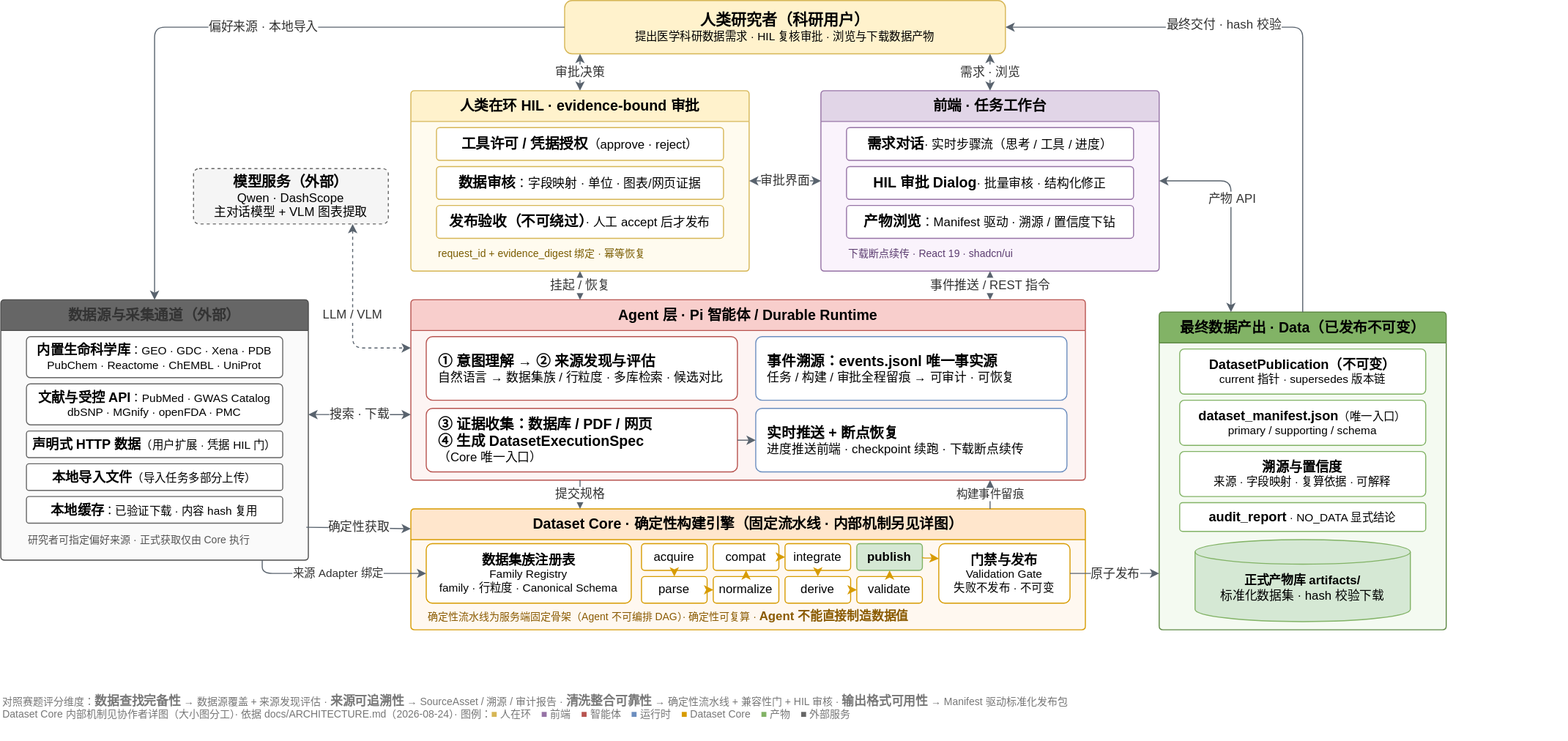
This is docs/architecture/biomed-qagent-main.svg from Lidozs55/BioMed-QAgent, a draw.io export, as it was before one commit. Source tidied: cells renumbered, new cells last; positions are measured from the earlier drawing's top-left corner, leaving out a move shared by most shapes.
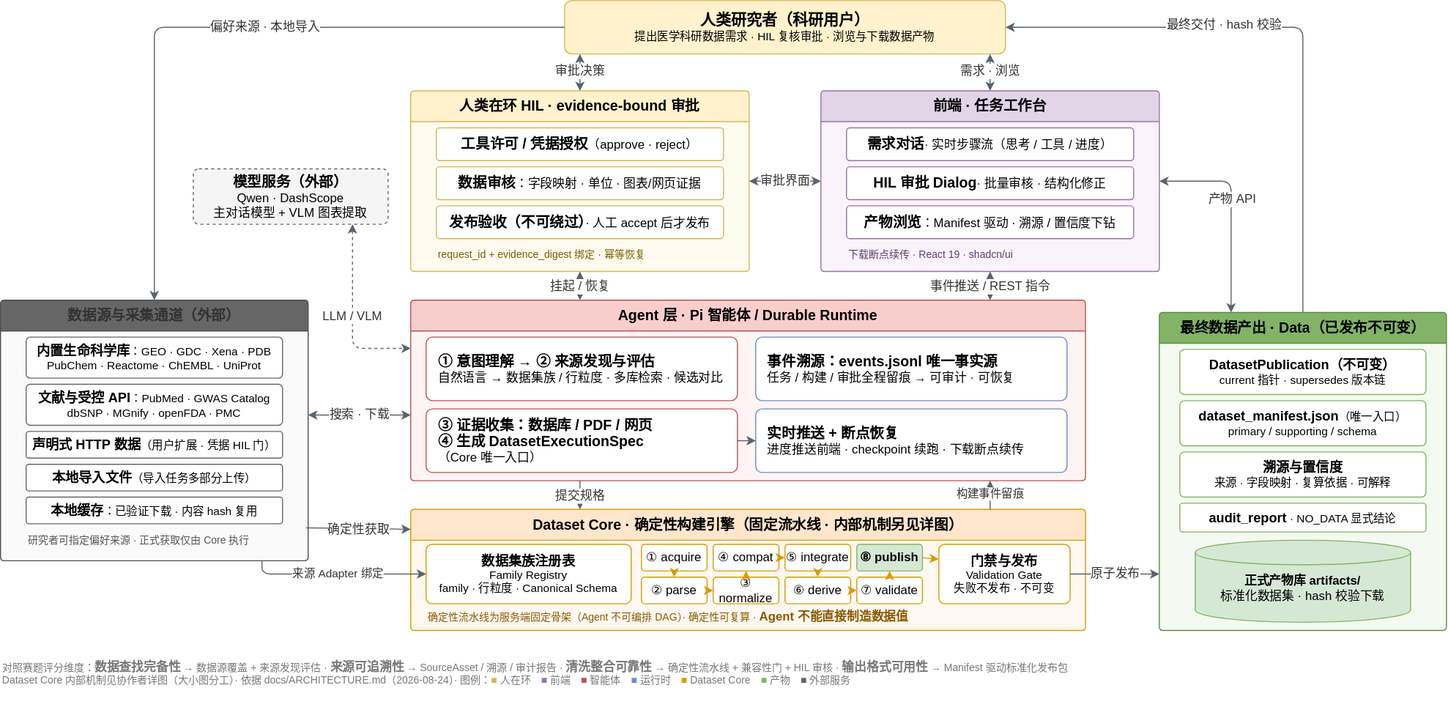
The same file after the commit.

The edit, as a diff of the source:
```diff
@@ -89,28 +89,28 @@
     <mxCell id="30" value="&lt;b&gt;&lt;font style=&quot;font-size:13px;&quot;&gt;门禁与发布&lt;/font&gt;&lt;/b&gt;&lt;br&gt;Validation Gate&lt;br&gt;失败不发布 · 不可变" style="rounded=1;arcSize=10;whiteSpace=wrap;html=1;fillColor=#ffffff;strokeColor=#d79b00;fontSize=11;spacing=2;" parent="28" vertex="1">
       <mxGeometry x="515" y="34" width="128" height="58" as="geometry" />
     </mxCell>
-    <mxCell id="31" value="&lt;font style=&quot;font-size: 12px;&quot;&gt;acquire&lt;/font&gt;" style="rounded=1;arcSize=12;whiteSpace=wrap;html=1;fillColor=#ffffff;strokeColor=#d79b00;fontSize=9.5;" parent="28" vertex="1">
+    <mxCell id="31" value="&lt;font style=&quot;font-size: 12px;&quot;&gt;① acquire&lt;/font&gt;" style="rounded=1;arcSize=12;whiteSpace=wrap;html=1;fillColor=#ffffff;strokeColor=#d79b00;fontSize=9.5;" parent="28" vertex="1">
       <mxGeometry x="225" y="34" width="64" height="26" as="geometry" />
     </mxCell>
-    <mxCell id="32" value="&lt;font style=&quot;font-size: 12px;&quot;&gt;parse&lt;/font&gt;" style="rounded=1;arcSize=12;whiteSpace=wrap;html=1;fillColor=#ffffff;strokeColor=#d79b00;fontSize=9.5;" parent="28" vertex="1">
+    <mxCell id="32" value="&lt;font style=&quot;font-size: 12px;&quot;&gt;② parse&lt;/font&gt;" style="rounded=1;arcSize=12;whiteSpace=wrap;html=1;fillColor=#ffffff;strokeColor=#d79b00;fontSize=9.5;" parent="28" vertex="1">
       <mxGeometry x="225" y="66" width="64" height="26" as="geometry" />
     </mxCell>
-    <mxCell id="33" value="&lt;font style=&quot;font-size: 12px;&quot;&gt;normalize&lt;/font&gt;" style="rounded=1;arcSize=12;whiteSpace=wrap;html=1;fillColor=#ffffff;strokeColor=#d79b00;fontSize=9.5;" parent="28" vertex="1">
+    <mxCell id="33" value="&lt;font style=&quot;font-size: 12px;&quot;&gt;③ normalize&lt;/font&gt;" style="rounded=1;arcSize=12;whiteSpace=wrap;html=1;fillColor=#ffffff;strokeColor=#d79b00;fontSize=9.5;" parent="28" vertex="1">
       <mxGeometry x="295" y="66" width="64" height="26" as="geometry" />
     </mxCell>
-    <mxCell id="34" value="&lt;font style=&quot;font-size: 12px;&quot;&gt;compat&lt;/font&gt;" style="rounded=1;arcSize=12;whiteSpace=wrap;html=1;fillColor=#ffffff;strokeColor=#d79b00;fontSize=9.5;" parent="28" vertex="1">
+    <mxCell id="34" value="&lt;font style=&quot;font-size: 12px;&quot;&gt;④ compat&lt;/font&gt;" style="rounded=1;arcSize=12;whiteSpace=wrap;html=1;fillColor=#ffffff;strokeColor=#d79b00;fontSize=9.5;" parent="28" vertex="1">
       <mxGeometry x="295" y="34" width="64" height="26" as="geometry" />
     </mxCell>
-    <mxCell id="35" value="&lt;font style=&quot;font-size: 12px;&quot;&gt;integrate&lt;/font&gt;" style="rounded=1;arcSize=12;whiteSpace=wrap;html=1;fillColor=#ffffff;strokeColor=#d79b00;fontSize=9.5;" parent="28" vertex="1">
+    <mxCell id="35" value="&lt;font style=&quot;font-size: 12px;&quot;&gt;⑤ integrate&lt;/font&gt;" style="rounded=1;arcSize=12;whiteSpace=wrap;html=1;fillColor=#ffffff;strokeColor=#d79b00;fontSize=9.5;" parent="28" vertex="1">
       <mxGeometry x="365" y="34" width="64" height="26" as="geometry" />
     </mxCell>
-    <mxCell id="36" value="&lt;font style=&quot;font-size: 12px;&quot;&gt;derive&lt;/font&gt;" style="rounded=1;arcSize=12;whiteSpace=wrap;html=1;fillColor=#ffffff;strokeColor=#d79b00;fontSize=9.5;" parent="28" vertex="1">
+    <mxCell id="36" value="&lt;font style=&quot;font-size: 12px;&quot;&gt;⑥ derive&lt;/font&gt;" style="rounded=1;arcSize=12;whiteSpace=wrap;html=1;fillColor=#ffffff;strokeColor=#d79b00;fontSize=9.5;" parent="28" vertex="1">
       <mxGeometry x="365" y="66" width="64" height="26" as="geometry" />
     </mxCell>
-    <mxCell id="37" value="&lt;font style=&quot;font-size: 12px;&quot;&gt;validate&lt;/font&gt;" style="rounded=1;arcSize=12;whiteSpace=wrap;html=1;fillColor=#ffffff;strokeColor=#d79b00;fontSize=9.5;" parent="28" vertex="1">
+    <mxCell id="37" value="&lt;font style=&quot;font-size: 12px;&quot;&gt;⑦ validate&lt;/font&gt;" style="rounded=1;arcSize=12;whiteSpace=wrap;html=1;fillColor=#ffffff;strokeColor=#d79b00;fontSize=9.5;" parent="28" vertex="1">
       <mxGeometry x="435" y="66" width="64" height="26" as="geometry" />
     </mxCell>
-    <mxCell id="38" value="&lt;font style=&quot;font-size: 12px;&quot;&gt;publish&lt;/font&gt;" style="rounded=1;arcSize=12;whiteSpace=wrap;html=1;fillColor=#d5e8d4;strokeColor=#82b366;fontSize=9.5;fontStyle=1;" parent="28" vertex="1">
+    <mxCell id="38" value="&lt;font style=&quot;font-size: 12px;&quot;&gt;⑧ publish&lt;/font&gt;" style="rounded=1;arcSize=12;whiteSpace=wrap;html=1;fillColor=#d5e8d4;strokeColor=#82b366;fontSize=9.5;fontStyle=1;" parent="28" vertex="1">
       <mxGeometry x="435" y="34" width="64" height="26" as="geometry" />
     </mxCell>
     <mxCell id="39" value="确定性流水线为服务端固定骨架（Agent 不可编排 DAG）· 确定性可复算 · &lt;b&gt;&lt;font style=&quot;font-size:12px;&quot;&gt;Agent 不能直接制造数据值&lt;/font&gt;&lt;/b&gt;" style="text;html=1;align=left;verticalAlign=middle;fontSize=10;fontColor=#8a5a00;" parent="28" vertex="1">
@@ -234,7 +234,7 @@
       </mxGeometry>
     </mxCell>
     <mxCell id="69" value="对照赛题评分维度：&lt;b&gt;&lt;font style=&quot;font-size:12px;&quot;&gt;数据查找完备性&lt;/font&gt;&lt;/b&gt; → 数据源覆盖 + 来源发现评估 · &lt;b&gt;&lt;font style=&quot;font-size:12px;&quot;&gt;来源可追溯性&lt;/font&gt;&lt;/b&gt; → SourceAsset / 溯源 / 审计报告 · &lt;b&gt;&lt;font style=&quot;font-size:12px;&quot;&gt;清洗整合可靠性&lt;/font&gt;&lt;/b&gt; → 确定性流水线 + 兼容性门 + HIL 审核 · &lt;b&gt;&lt;font style=&quot;font-size:12px;&quot;&gt;输出格式可用性&lt;/font&gt;&lt;/b&gt; → Manifest 驱动标准化发布包&lt;br&gt;Dataset Core 内部机制见协作者详图（大小图分工）· 依据 docs/ARCHITECTURE.md（2026-08-24）· 图例：&lt;font color=&quot;#d6b656&quot;&gt;■&lt;/font&gt; 人在环　&lt;font color=&quot;#9673a6&quot;&gt;■&lt;/font&gt; 前端　&lt;font color=&quot;#b85450&quot;&gt;■&lt;/font&gt; 智能体　&lt;font color=&quot;#6c8ebf&quot;&gt;■&lt;/font&gt; 运行时　&lt;font color=&quot;#d79b00&quot;&gt;■&lt;/font&gt; Dataset Core　&lt;font color=&quot;#82b366&quot;&gt;■&lt;/font&gt; 产物　&lt;font color=&quot;#666666&quot;&gt;■&lt;/font&gt; 外部服务" style="text;html=1;align=left;verticalAlign=top;fontSize=10;fontColor=#777777;" parent="1" vertex="1">
-      <mxGeometry y="670" width="1528" height="52" as="geometry" />
+      <mxGeometry y="636" width="1074" height="52" as="geometry" />
     </mxCell>
   </root>
 </mxGraphModel>
```
